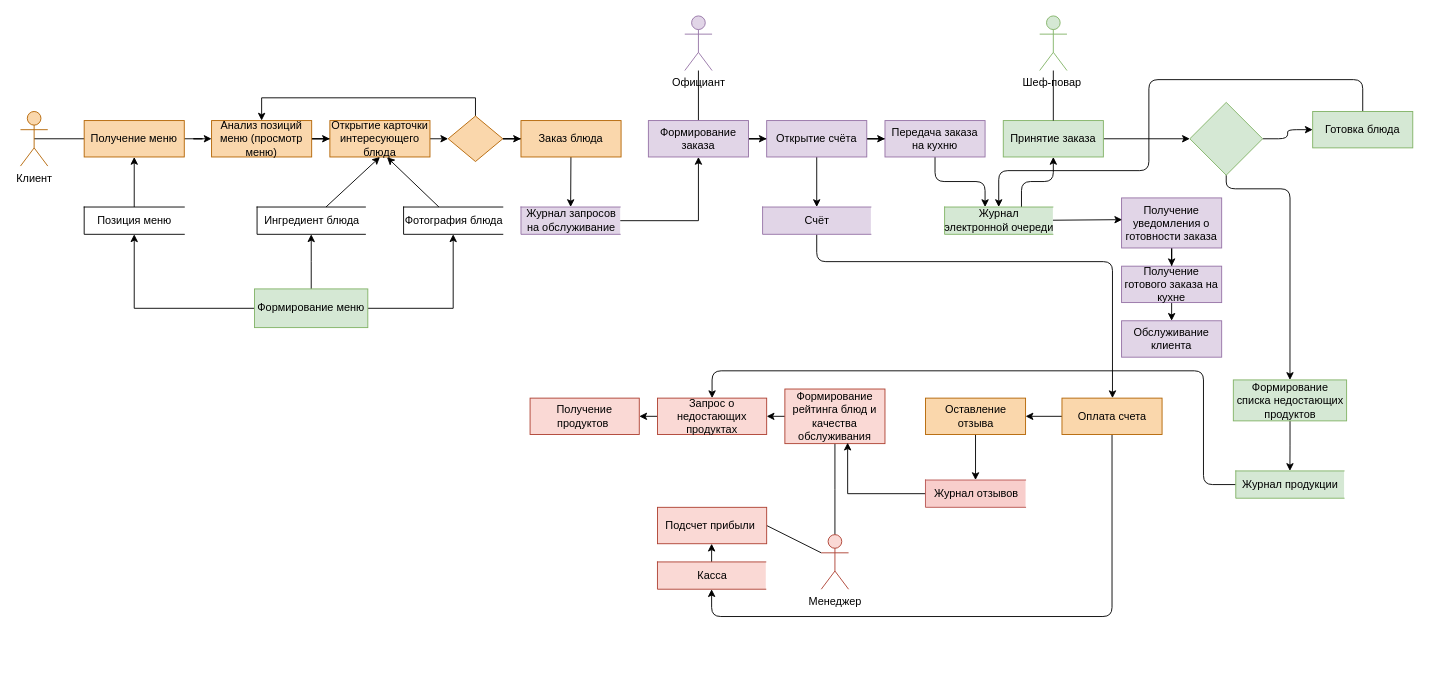
maria-kuchina262002/mypracticework keeps this draw.io diagram as DFD-diagram.drawio. Above is the earlier version. Source tidied: cells renumbered, new cells numbered last; positions are measured from the earlier drawing's top-left corner, leaving out a move shared by most shapes. Both pictures are drawn from the tidied source at 91%, with x=0, y=0 at pixel (20, 15).
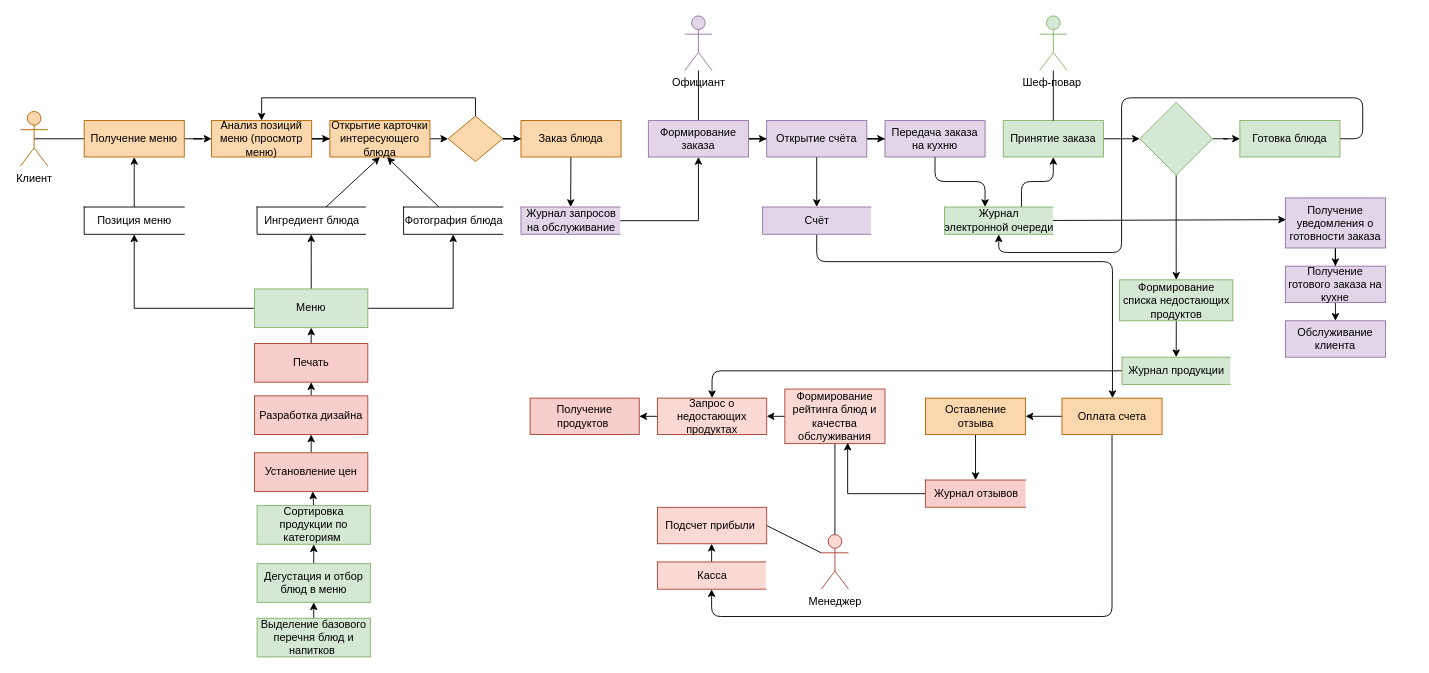
The same page after the edit.

Unchanged cells that the change refers to:
```xml
<mxCell id="41" value="Запрос о недостающих продуктах" style="rounded=0;whiteSpace=wrap;html=1;fillColor=#fad9d5;strokeColor=#ae4132;" parent="1" vertex="1">
  <mxGeometry x="700" y="420" width="120" height="40" as="geometry" />
</mxCell>
<mxCell id="57" value="Журнал &lt;br&gt;электронной очереди" style="html=1;dashed=0;whitespace=wrap;shape=partialRectangle;right=0;fillColor=#d5e8d4;strokeColor=#82b366;" parent="1" vertex="1">
  <mxGeometry x="1015.5" y="210" width="119" height="30" as="geometry" />
</mxCell>
```

Change to the diagram source:
```diff
@@
     <mxCell id="27" value="Получение уведомления о готовности заказа" style="rounded=0;whiteSpace=wrap;html=1;fillColor=#e1d5e7;strokeColor=#9673a6;" parent="1" vertex="1">
-      <mxGeometry x="1210" y="200" width="110" height="55" as="geometry" />
+      <mxGeometry x="1390" y="200" width="110" height="55" as="geometry" />
     </mxCell>
@@
     <mxCell id="29" value="Получение готового заказа на кухне" style="rounded=0;whiteSpace=wrap;html=1;fillColor=#e1d5e7;strokeColor=#9673a6;" parent="1" vertex="1">
-      <mxGeometry x="1210" y="275" width="110" height="40" as="geometry" />
+      <mxGeometry x="1390" y="275" width="110" height="40" as="geometry" />
     </mxCell>
     <mxCell id="30" value="Обслуживание клиента" style="rounded=0;whiteSpace=wrap;html=1;fillColor=#e1d5e7;strokeColor=#9673a6;" parent="1" vertex="1">
-      <mxGeometry x="1210" y="335" width="110" height="40" as="geometry" />
+      <mxGeometry x="1390" y="335" width="110" height="40" as="geometry" />
     </mxCell>
@@
     <mxCell id="40" style="edgeStyle=orthogonalEdgeStyle;rounded=1;jettySize=auto;html=1;entryX=0;entryY=0.5;entryDx=0;entryDy=0;startArrow=classic;startFill=1;endArrow=none;endFill=0;" parent="1" edge="1" source="41" target="69">
       <mxGeometry relative="1" as="geometry">
         <Array as="points">
           <mxPoint x="760" y="390" />
-          <mxPoint x="1300" y="390" />
-          <mxPoint x="1300" y="515" />
         </Array>
       </mxGeometry>
     </mxCell>
@@
-    <mxCell id="44" value="&lt;span style=&quot;font-weight: normal&quot;&gt;Получение продуктов&amp;nbsp;&lt;/span&gt;" style="rounded=0;whiteSpace=wrap;html=1;fillColor=#fad9d5;strokeColor=#ae4132;fontStyle=1;" parent="1" vertex="1">
+    <mxCell id="44" value="&lt;span style=&quot;font-weight: normal&quot;&gt;Получение продуктов&amp;nbsp;&lt;/span&gt;" style="rounded=0;whiteSpace=wrap;html=1;fillColor=#f8cecc;strokeColor=#ae4132;fontStyle=1;" parent="1" vertex="1">
       <mxGeometry x="560" y="420" width="120" height="40" as="geometry" />
     </mxCell>
@@
-    <mxCell id="59" value="Журнал отзывов" style="html=1;dashed=0;whitespace=wrap;shape=partialRectangle;right=0;fillColor=#f8cecc;strokeColor=#b85450;" parent="1" vertex="1">
+    <mxCell id="59" value="Журнал отзывов" style="html=1;dashed=0;whitespace=wrap;shape=partialRectangle;right=0;fillColor=#f8cecc;strokeColor=#ae4132;" parent="1" vertex="1">
       <mxGeometry x="994.5" y="510" width="110" height="30" as="geometry" />
     </mxCell>
@@
-    <mxCell id="64" style="edgeStyle=orthogonalEdgeStyle;rounded=1;jettySize=auto;html=1;entryX=0.5;entryY=0;entryDx=0;entryDy=0;startArrow=none;startFill=0;endArrow=classic;endFill=1;" parent="1" edge="1" source="77" target="68">
-      <mxGeometry relative="1" as="geometry">
-        <Array as="points">
-          <mxPoint x="1325" y="190" />
-          <mxPoint x="1395" y="190" />
-        </Array>
-      </mxGeometry>
-    </mxCell>
     <mxCell id="65" style="edgeStyle=orthogonalEdgeStyle;rounded=1;jettySize=auto;html=1;" parent="1" edge="1" source="66" target="57">
       <mxGeometry relative="1" as="geometry">
         <Array as="points">
-          <mxPoint x="1475" y="70" />
-          <mxPoint x="1240" y="70" />
-          <mxPoint x="1240" y="170" />
-          <mxPoint x="1075" y="170" />
+          <mxPoint x="1475" y="135" />
+          <mxPoint x="1475" y="90" />
+          <mxPoint x="1210" y="90" />
+          <mxPoint x="1210" y="260" />
+          <mxPoint x="1075" y="260" />
         </Array>
       </mxGeometry>
     </mxCell>
     <mxCell id="66" value="Готовка блюда" style="rounded=0;whiteSpace=wrap;html=1;fillColor=#d5e8d4;strokeColor=#82b366;" parent="1" vertex="1">
-      <mxGeometry x="1420" y="105" width="110" height="40" as="geometry" />
+      <mxGeometry x="1340" y="115" width="110" height="40" as="geometry" />
     </mxCell>
@@
     <mxCell id="68" value="Формирование списка недостающих продуктов" style="rounded=0;whiteSpace=wrap;html=1;fillColor=#d5e8d4;strokeColor=#82b366;" parent="1" vertex="1">
-      <mxGeometry x="1332.8" y="400" width="124.5" height="45" as="geometry" />
+      <mxGeometry x="1207.8" y="290" width="124.5" height="45" as="geometry" />
     </mxCell>
     <mxCell id="69" value="Журнал продукции" style="html=1;dashed=0;whitespace=wrap;shape=partialRectangle;right=0;fillColor=#d5e8d4;strokeColor=#82b366;" parent="1" vertex="1">
-      <mxGeometry x="1335.5" y="500" width="119" height="30" as="geometry" />
+      <mxGeometry x="1210.5" y="375" width="119" height="30" as="geometry" />
     </mxCell>
@@
-    <mxCell id="75" value="Формирование меню" style="rounded=0;whiteSpace=wrap;html=1;fillColor=#d5e8d4;strokeColor=#82b366;" parent="1" vertex="1">
+    <mxCell id="75" value="Меню" style="rounded=0;whiteSpace=wrap;html=1;fillColor=#d5e8d4;strokeColor=#82b366;" parent="1" vertex="1">
       <mxGeometry x="257.2" y="300" width="124.5" height="42.5" as="geometry" />
     </mxCell>
@@
+    <mxCell id="64" style="rounded=1;jettySize=auto;html=1;entryX=0.5;entryY=0;entryDx=0;entryDy=0;exitX=0.5;exitY=1;exitDx=0;exitDy=0;" parent="1" edge="1" source="77" target="68">
+      <mxGeometry relative="1" as="geometry">
+        <Array as="points">
+          <mxPoint x="1270" y="240" />
+        </Array>
+      </mxGeometry>
+    </mxCell>
     <mxCell id="77" style="rhombus;whiteSpace=wrap;html=1;rounded=0;strokeColor=#82b366;fillColor=#d5e8d4;" parent="1" vertex="1">
-      <mxGeometry x="1285" y="95" width="80" height="80" as="geometry" />
+      <mxGeometry x="1230" y="95" width="80" height="80" as="geometry" />
     </mxCell>
+    <mxCell id="78" style="edgeStyle=none;rounded=1;jettySize=auto;html=1;exitX=0.5;exitY=0;exitDx=0;exitDy=0;entryX=0.5;entryY=1;entryDx=0;entryDy=0;" parent="1" edge="1" source="79" target="83">
+      <mxGeometry relative="1" as="geometry" />
+    </mxCell>
+    <mxCell id="79" value="Дегустация и отбор блюд в меню" style="rounded=0;whiteSpace=wrap;html=1;fillColor=#d5e8d4;strokeColor=#82b366;" parent="1" vertex="1">
+      <mxGeometry x="260" y="601.9" width="124.5" height="42.5" as="geometry" />
+    </mxCell>
+    <mxCell id="80" style="edgeStyle=none;rounded=1;jettySize=auto;html=1;exitX=0.5;exitY=0;exitDx=0;exitDy=0;" parent="1" edge="1" source="81" target="87">
+      <mxGeometry relative="1" as="geometry" />
+    </mxCell>
+    <mxCell id="81" value="Установление цен" style="rounded=0;whiteSpace=wrap;html=1;fillColor=#f8cecc;strokeColor=#ae4132;" parent="1" vertex="1">
+      <mxGeometry x="257.2" y="480" width="124.5" height="42.5" as="geometry" />
+    </mxCell>
+    <mxCell id="82" style="edgeStyle=none;rounded=1;jettySize=auto;html=1;exitX=0.5;exitY=0;exitDx=0;exitDy=0;" parent="1" edge="1" source="83" target="81">
+      <mxGeometry relative="1" as="geometry" />
+    </mxCell>
+    <mxCell id="83" value="Сортировка продукции по категориям&amp;nbsp;" style="rounded=0;whiteSpace=wrap;html=1;fillColor=#d5e8d4;strokeColor=#82b366;" parent="1" vertex="1">
+      <mxGeometry x="260" y="538.1" width="124.5" height="42.5" as="geometry" />
+    </mxCell>
+    <mxCell id="84" style="edgeStyle=none;rounded=1;jettySize=auto;html=1;exitX=0.5;exitY=0;exitDx=0;exitDy=0;" parent="1" edge="1" source="85" target="79">
+      <mxGeometry relative="1" as="geometry" />
+    </mxCell>
+    <mxCell id="85" value="Выделение базового перечня блюд и напитков&amp;nbsp;" style="rounded=0;whiteSpace=wrap;html=1;fillColor=#d5e8d4;strokeColor=#82b366;" parent="1" vertex="1">
+      <mxGeometry x="260" y="661.9" width="124.5" height="42.5" as="geometry" />
+    </mxCell>
+    <mxCell id="86" style="edgeStyle=none;rounded=1;jettySize=auto;html=1;exitX=0.5;exitY=0;exitDx=0;exitDy=0;" parent="1" edge="1" source="87" target="89">
+      <mxGeometry relative="1" as="geometry" />
+    </mxCell>
+    <mxCell id="87" value="Разработка дизайна" style="rounded=0;whiteSpace=wrap;html=1;fillColor=#f8cecc;strokeColor=#ae4132;" parent="1" vertex="1">
+      <mxGeometry x="257.2" y="417.5" width="124.5" height="42.5" as="geometry" />
+    </mxCell>
+    <mxCell id="88" style="edgeStyle=none;rounded=1;jettySize=auto;html=1;exitX=0.5;exitY=0;exitDx=0;exitDy=0;" parent="1" edge="1" source="89" target="75">
+      <mxGeometry relative="1" as="geometry" />
+    </mxCell>
+    <mxCell id="89" value="Печать" style="rounded=0;whiteSpace=wrap;html=1;fillColor=#f8cecc;strokeColor=#ae4132;" parent="1" vertex="1">
+      <mxGeometry x="257.2" y="360" width="124.5" height="42.5" as="geometry" />
+    </mxCell>
```
